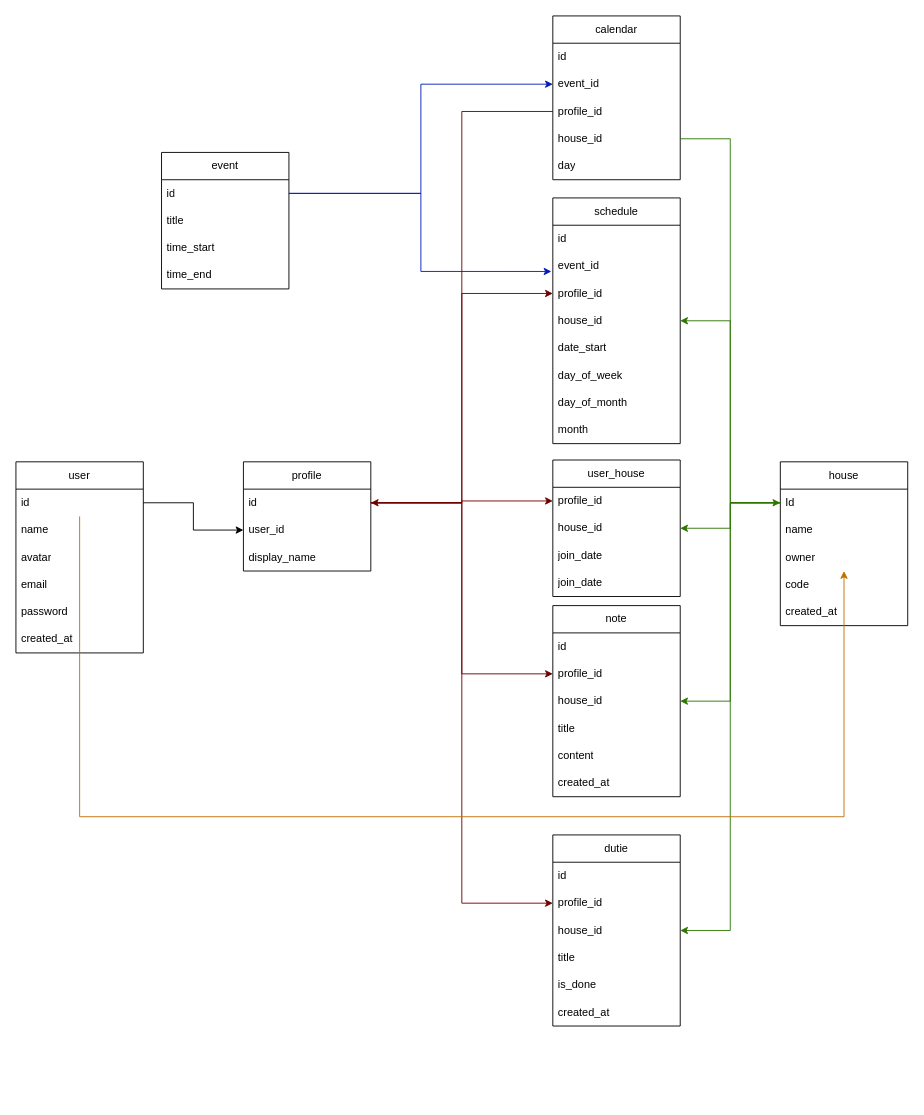
Yndh/hakhiros keeps this draw.io diagram as prisma/schema.drawio. Above is the earlier version. Source tidied: cells renumbered, new cells numbered last; positions are measured from the earlier drawing's top-left corner, leaving out a move shared by most shapes. Both pictures are drawn from the tidied source at 91%, with x=0, y=0 at pixel (15, 15).
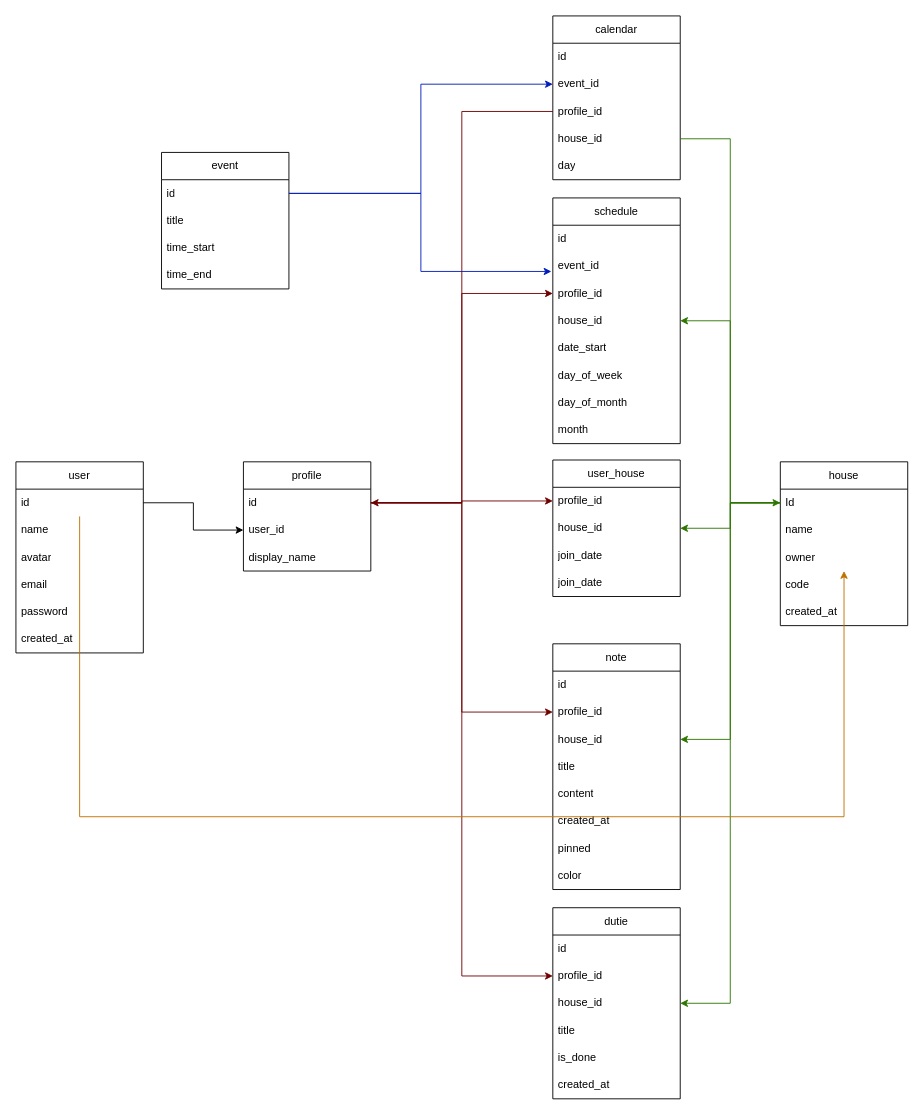
The same diagram, later.

Commit message (it also covers changes not shown here):
update note schema

Change to the diagram source:
```diff
@@
     <mxCell id="20" value="note" style="swimlane;fontStyle=0;horizontal=1;startSize=30;whiteSpace=wrap;html=1;" parent="1" vertex="1">
-      <mxGeometry x="590" y="648" width="140" height="210" as="geometry" />
+      <mxGeometry x="590" y="690" width="140" height="270" as="geometry" />
     </mxCell>
@@
+    <mxCell id="72" value="pinned" style="text;strokeColor=none;fillColor=none;align=left;verticalAlign=middle;spacingLeft=4;spacingRight=4;overflow=hidden;whiteSpace=wrap;html=1;" parent="20" vertex="1">
+      <mxGeometry y="210" width="140" height="30" as="geometry" />
+    </mxCell>
+    <mxCell id="73" value="color" style="text;strokeColor=none;fillColor=none;align=left;verticalAlign=middle;spacingLeft=4;spacingRight=4;overflow=hidden;whiteSpace=wrap;html=1;" parent="20" vertex="1">
+      <mxGeometry y="240" width="140" height="30" as="geometry" />
+    </mxCell>
     <mxCell id="27" value="dutie" style="swimlane;fontStyle=0;horizontal=1;startSize=30;whiteSpace=wrap;html=1;" parent="1" vertex="1">
-      <mxGeometry x="590" y="900" width="140" height="210" as="geometry" />
+      <mxGeometry x="590" y="980" width="140" height="210" as="geometry" />
     </mxCell>
```
